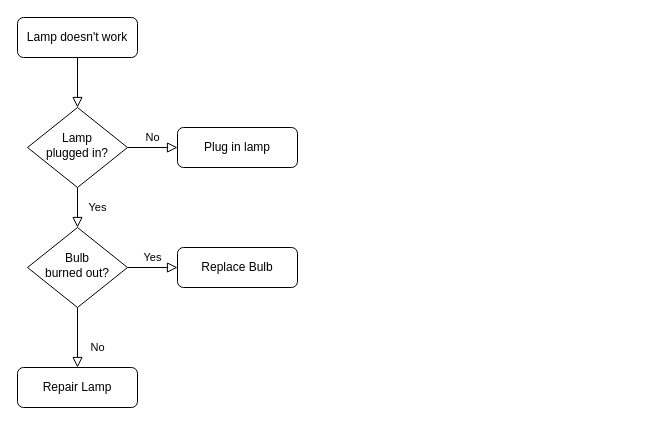
arob191/PythonProjects keeps this draw.io diagram as Untitled Diagram.drawio. Above is the earlier version. Source tidied: cells renumbered, new cells numbered last; positions are measured from the earlier drawing's top-left corner, leaving out a move shared by most shapes. Both pictures are drawn from the tidied source at 100%, with x=0, y=0 at pixel (17, 17).
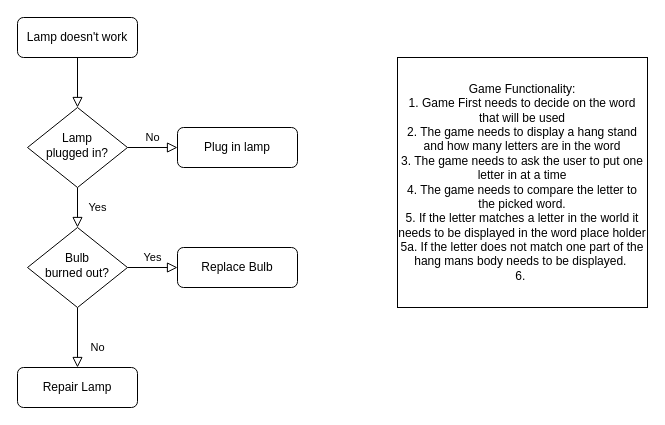
After the change.

Commit message (it also covers changes not shown here):
Hangman Flow Chart

Diff of the diagram source:
```diff
@@
 <mxGraphModel>
   <root>
     <mxCell id="0" />
     <mxCell id="1" parent="0" />
     <mxCell id="2" style="rounded=0;html=1;jettySize=auto;fontSize=11;endArrow=block;endFill=0;endSize=8;strokeWidth=1;shadow=0;labelBackgroundColor=none;edgeStyle=orthogonalEdgeStyle;" parent="1" edge="1" source="3" target="6">
       <mxGeometry relative="1" as="geometry" />
     </mxCell>
     <mxCell id="3" value="Lamp doesn't work" style="rounded=1;whiteSpace=wrap;html=1;fontSize=12;glass=0;strokeWidth=1;shadow=0;" parent="1" vertex="1">
       <mxGeometry width="120" height="40" as="geometry" />
     </mxCell>
     <mxCell id="4" value="Yes" style="rounded=0;html=1;jettySize=auto;fontSize=11;endArrow=block;endFill=0;endSize=8;strokeWidth=1;shadow=0;labelBackgroundColor=none;edgeStyle=orthogonalEdgeStyle;" parent="1" edge="1" source="6" target="10">
       <mxGeometry y="20" relative="1" as="geometry" />
     </mxCell>
     <mxCell id="5" value="No" style="edgeStyle=orthogonalEdgeStyle;rounded=0;html=1;jettySize=auto;fontSize=11;endArrow=block;endFill=0;endSize=8;strokeWidth=1;shadow=0;labelBackgroundColor=none;" parent="1" edge="1" source="6" target="7">
       <mxGeometry y="10" relative="1" as="geometry" />
     </mxCell>
     <mxCell id="6" value="Lamp&lt;br&gt;plugged in?" style="rhombus;whiteSpace=wrap;html=1;shadow=0;fontFamily=Helvetica;fontSize=12;align=center;strokeWidth=1;spacing=6;spacingTop=-4;" parent="1" vertex="1">
       <mxGeometry x="10" y="90" width="100" height="80" as="geometry" />
     </mxCell>
     <mxCell id="7" value="Plug in lamp" style="rounded=1;whiteSpace=wrap;html=1;fontSize=12;glass=0;strokeWidth=1;shadow=0;" parent="1" vertex="1">
       <mxGeometry x="160" y="110" width="120" height="40" as="geometry" />
     </mxCell>
     <mxCell id="8" value="No" style="rounded=0;html=1;jettySize=auto;fontSize=11;endArrow=block;endFill=0;endSize=8;strokeWidth=1;shadow=0;labelBackgroundColor=none;edgeStyle=orthogonalEdgeStyle;" parent="1" edge="1" source="10" target="11">
       <mxGeometry x="0.33" y="20" relative="1" as="geometry" />
     </mxCell>
     <mxCell id="9" value="Yes" style="edgeStyle=orthogonalEdgeStyle;rounded=0;html=1;jettySize=auto;fontSize=11;endArrow=block;endFill=0;endSize=8;strokeWidth=1;shadow=0;labelBackgroundColor=none;" parent="1" edge="1" source="10" target="12">
       <mxGeometry y="10" relative="1" as="geometry" />
     </mxCell>
     <mxCell id="10" value="Bulb&lt;br&gt;burned out?" style="rhombus;whiteSpace=wrap;html=1;shadow=0;fontFamily=Helvetica;fontSize=12;align=center;strokeWidth=1;spacing=6;spacingTop=-4;" parent="1" vertex="1">
       <mxGeometry x="10" y="210" width="100" height="80" as="geometry" />
     </mxCell>
     <mxCell id="11" value="Repair Lamp" style="rounded=1;whiteSpace=wrap;html=1;fontSize=12;glass=0;strokeWidth=1;shadow=0;" parent="1" vertex="1">
       <mxGeometry y="350" width="120" height="40" as="geometry" />
     </mxCell>
     <mxCell id="12" value="Replace Bulb" style="rounded=1;whiteSpace=wrap;html=1;fontSize=12;glass=0;strokeWidth=1;shadow=0;" parent="1" vertex="1">
       <mxGeometry x="160" y="230" width="120" height="40" as="geometry" />
     </mxCell>
+    <mxCell id="13" value="Game Functionality:&lt;br&gt;1. Game First needs to decide on the word that will be used&lt;br&gt;2. The game needs to display a hang stand and how many letters are in the word&lt;br&gt;3. The game needs to ask the user to put one letter in at a time&lt;br&gt;4. The game needs to compare the letter to the picked word.&lt;br&gt;5. If the letter matches a letter in the world it needs to be displayed in the word place holder&lt;br&gt;5a. If the letter does not match one part of the hang mans body needs to be displayed.&amp;nbsp;&lt;br&gt;6.&amp;nbsp;" style="whiteSpace=wrap;html=1;" parent="1" vertex="1">
+      <mxGeometry x="380" y="40" width="250" height="250" as="geometry" />
+    </mxCell>
   </root>
 </mxGraphModel>
```
